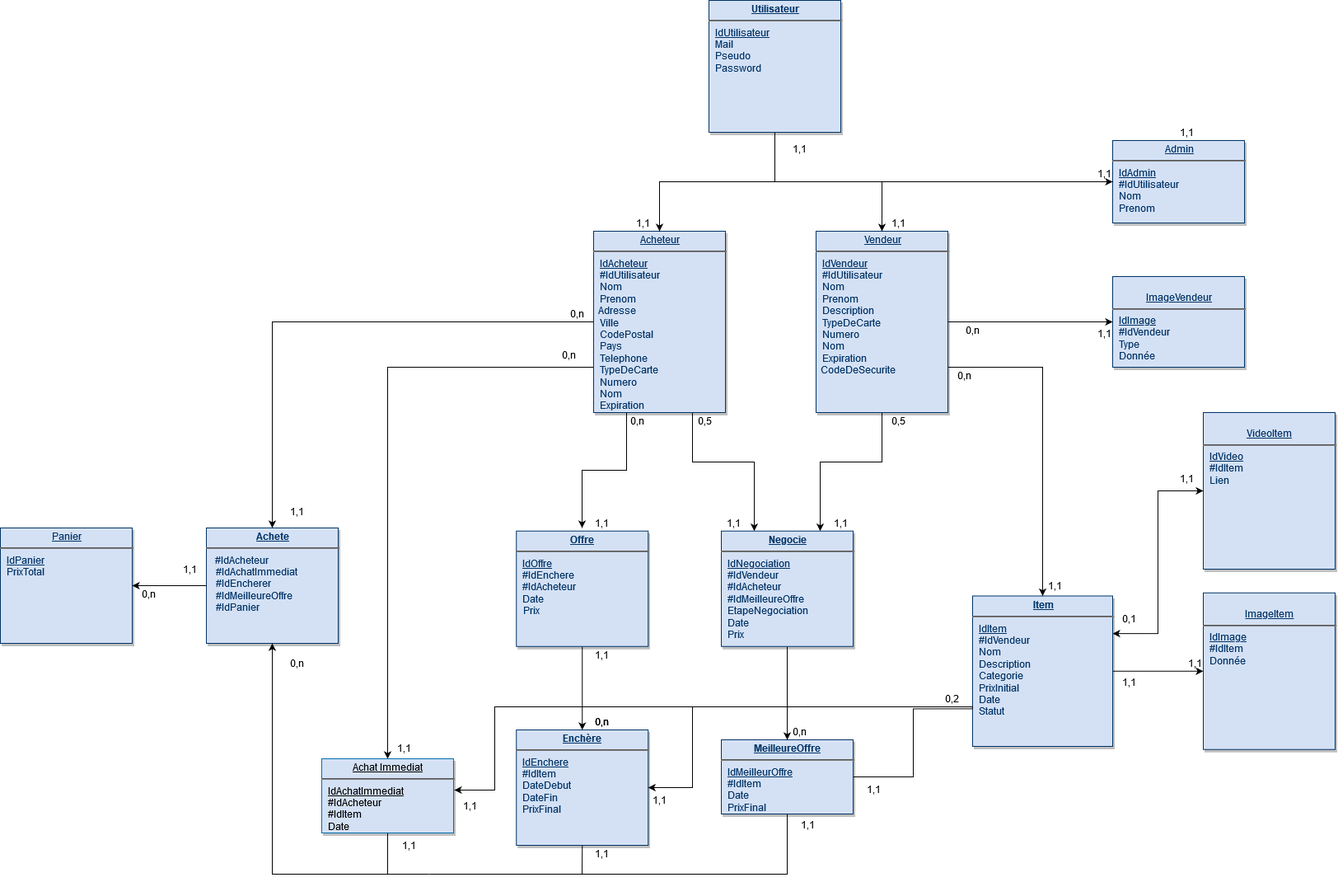
Earlier version of the draw.io export Schema-Relationnel.png (VivienECE/piscine_2020). Source tidied: cells renumbered, new cells last; positions are measured from the earlier drawing's top-left corner, leaving out a move shared by most shapes.
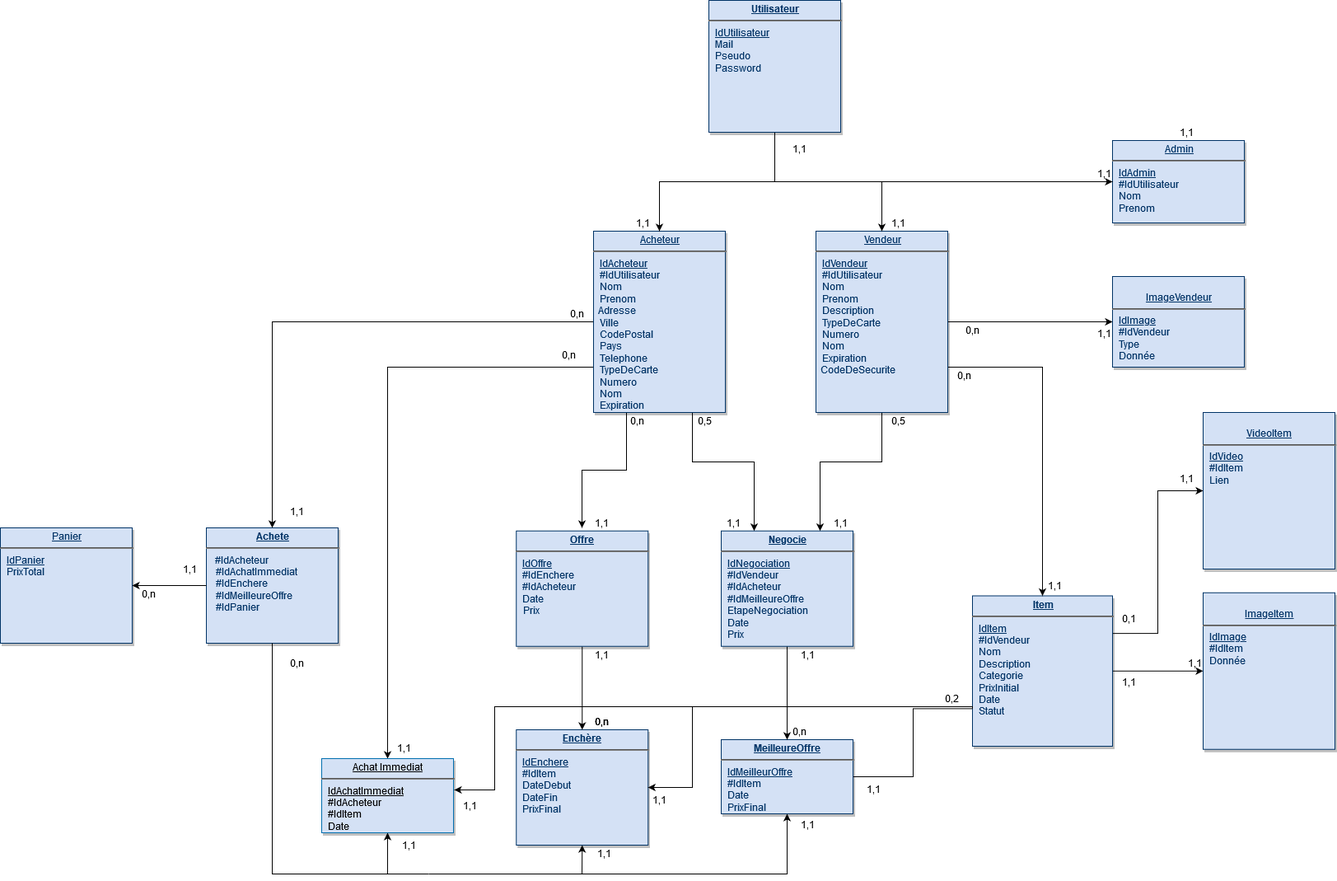
After the change.

Change to the diagram source:
```diff
@@ -13,7 +13,7 @@
         </Array>
       </mxGeometry>
     </mxCell>
-    <mxCell id="4" style="edgeStyle=orthogonalEdgeStyle;rounded=0;jettySize=auto;html=1;exitX=1;exitY=0.25;exitDx=0;exitDy=0;startArrow=classic;startFill=1;endArrow=classic;endFill=1;entryX=0;entryY=0.5;entryDx=0;entryDy=0;" parent="1" edge="1" source="5" target="73">
+    <mxCell id="4" style="edgeStyle=orthogonalEdgeStyle;rounded=0;jettySize=auto;html=1;exitX=1;exitY=0.25;exitDx=0;exitDy=0;startArrow=none;startFill=0;endArrow=classic;endFill=1;entryX=0;entryY=0.5;entryDx=0;entryDy=0;" parent="1" edge="1" source="5" target="73">
       <mxGeometry relative="1" as="geometry" />
     </mxCell>
     <mxCell id="5" value="&lt;p style=&quot;margin: 0px ; margin-top: 4px ; text-align: center ; text-decoration: underline&quot;&gt;&lt;strong&gt;Item&lt;/strong&gt;&lt;/p&gt;&lt;hr&gt;&lt;u&gt;&lt;/u&gt;&lt;p style=&quot;margin: 0px ; margin-left: 8px&quot;&gt;&lt;u&gt;IdItem&lt;/u&gt;&lt;/p&gt;&lt;p style=&quot;margin: 0px ; margin-left: 8px&quot;&gt;#IdVendeur&lt;br&gt;&lt;u&gt;&lt;/u&gt;&lt;/p&gt;&lt;p style=&quot;margin: 0px ; margin-left: 8px&quot;&gt;Nom&lt;/p&gt;&lt;p style=&quot;margin: 0px ; margin-left: 8px&quot;&gt;Description&lt;/p&gt;&lt;p style=&quot;margin: 0px ; margin-left: 8px&quot;&gt;Categorie&lt;br&gt;&lt;/p&gt;&lt;p style=&quot;margin: 0px ; margin-left: 8px&quot;&gt;PrixInitial&lt;/p&gt;&lt;p style=&quot;margin: 0px ; margin-left: 8px&quot;&gt;Date&lt;/p&gt;&lt;p style=&quot;margin: 0px ; margin-left: 8px&quot;&gt;Statut&lt;br&gt;&lt;/p&gt;" style="verticalAlign=top;align=left;overflow=fill;fontSize=12;fontFamily=Helvetica;html=1;strokeColor=#003366;shadow=1;fillColor=#D4E1F5;fontColor=#003366;" parent="1" vertex="1">
@@ -58,7 +58,7 @@
     <mxCell id="14" value="&lt;p style=&quot;margin: 0px ; margin-top: 4px ; text-align: center ; text-decoration: underline&quot;&gt;Vendeur&lt;/p&gt;&lt;hr&gt;&lt;p style=&quot;margin: 0px ; margin-left: 8px&quot;&gt;&lt;u&gt;IdVendeur&lt;/u&gt;&lt;/p&gt;&lt;p style=&quot;margin: 0px ; margin-left: 8px&quot;&gt;#IdUtilisateur&lt;br&gt;&lt;/p&gt;&lt;p style=&quot;margin: 0px ; margin-left: 8px&quot;&gt;Nom&lt;/p&gt;&lt;p style=&quot;margin: 0px ; margin-left: 8px&quot;&gt;Prenom&lt;br&gt;&lt;/p&gt;&lt;p style=&quot;margin: 0px ; margin-left: 8px&quot;&gt;Description&lt;/p&gt;&lt;p style=&quot;margin: 0px ; margin-left: 8px&quot;&gt;TypeDeCarte&lt;/p&gt;&lt;p style=&quot;margin: 0px ; margin-left: 8px&quot;&gt;Numero&lt;/p&gt;&lt;p style=&quot;margin: 0px ; margin-left: 8px&quot;&gt;Nom&lt;/p&gt;&lt;p style=&quot;margin: 0px ; margin-left: 8px&quot;&gt;Expiration&lt;/p&gt;&amp;nbsp; CodeDeSecurite&lt;p style=&quot;margin: 0px ; margin-left: 8px&quot;&gt;&lt;br&gt;&lt;/p&gt;" style="verticalAlign=top;align=left;overflow=fill;fontSize=12;fontFamily=Helvetica;html=1;strokeColor=#003366;shadow=1;fillColor=#D4E1F5;fontColor=#003366;" parent="1" vertex="1">
       <mxGeometry x="990" y="280" width="160" height="220" as="geometry" />
     </mxCell>
-    <mxCell id="15" style="edgeStyle=orthogonalEdgeStyle;rounded=0;jettySize=auto;html=1;exitX=0.5;exitY=1;exitDx=0;exitDy=0;fontColor=#000000;verticalAlign=middle;endArrow=none;endFill=0;" parent="1" edge="1" source="16">
+    <mxCell id="15" style="edgeStyle=orthogonalEdgeStyle;rounded=0;jettySize=auto;html=1;exitX=0.5;exitY=1;exitDx=0;exitDy=0;fontColor=#000000;verticalAlign=middle;endArrow=none;endFill=0;startArrow=classic;startFill=1;" parent="1" edge="1" source="16">
       <mxGeometry relative="1" as="geometry">
         <mxPoint x="706" y="1060" as="targetPoint" />
       </mxGeometry>
@@ -84,10 +84,10 @@
     <mxCell id="22" value="&lt;br&gt;&lt;p style=&quot;margin: 0px ; margin-top: 4px ; text-align: center ; text-decoration: underline&quot;&gt;ImageItem&lt;br&gt;&lt;/p&gt;&lt;hr&gt;&lt;p style=&quot;margin: 0px ; margin-left: 8px&quot;&gt;&lt;u&gt;IdImage&lt;/u&gt;&lt;/p&gt;&lt;p style=&quot;margin: 0px ; margin-left: 8px&quot;&gt;#IdItem&lt;u&gt;&lt;br&gt;&lt;/u&gt;&lt;/p&gt;&lt;p style=&quot;margin: 0px ; margin-left: 8px&quot;&gt;Donnée&lt;br&gt;&lt;/p&gt;" style="verticalAlign=top;align=left;overflow=fill;fontSize=12;fontFamily=Helvetica;html=1;strokeColor=#003366;shadow=1;fillColor=#D4E1F5;fontColor=#003366;" parent="1" vertex="1">
       <mxGeometry x="1460" y="718.8" width="160" height="190" as="geometry" />
     </mxCell>
-    <mxCell id="23" value="&lt;p style=&quot;margin: 0px ; margin-top: 4px ; text-align: center ; text-decoration: underline&quot;&gt;&lt;strong&gt;Achete&lt;/strong&gt;&lt;/p&gt;&lt;hr&gt;&lt;p style=&quot;margin: 0px ; margin-left: 8px&quot;&gt;&amp;nbsp;#IdAcheteur&lt;br&gt;&lt;/p&gt;&lt;div&gt;&amp;nbsp;&amp;nbsp;&amp;nbsp; #IdAchatImmediat&lt;/div&gt;&lt;div&gt;&amp;nbsp; &amp;nbsp; #IdEncherer&lt;/div&gt;&lt;div&gt;&amp;nbsp;&amp;nbsp;&amp;nbsp; #IdMeilleureOffre&lt;/div&gt;&lt;div&gt;&amp;nbsp;&amp;nbsp;&amp;nbsp; #IdPanier&lt;br&gt;&lt;/div&gt;&lt;p style=&quot;margin: 0px ; margin-left: 8px&quot;&gt;&lt;u&gt;&lt;br&gt;&lt;/u&gt;&lt;/p&gt;&lt;p style=&quot;margin: 0px ; margin-left: 8px&quot;&gt;&lt;u&gt;&lt;br&gt;&lt;/u&gt;&lt;/p&gt;&lt;p style=&quot;margin: 0px ; margin-left: 8px&quot;&gt;&lt;br&gt;&lt;/p&gt;&lt;p style=&quot;margin: 0px ; margin-left: 8px&quot;&gt;&lt;u&gt;&lt;br&gt;&lt;/u&gt;&lt;/p&gt;&lt;p style=&quot;margin: 0px ; margin-left: 8px&quot;&gt;&lt;u&gt;&lt;br&gt;&lt;/u&gt;&lt;/p&gt;&lt;p style=&quot;margin: 0px ; margin-left: 8px&quot;&gt;&lt;br&gt;&lt;/p&gt;" style="verticalAlign=top;align=left;overflow=fill;fontSize=12;fontFamily=Helvetica;html=1;strokeColor=#003366;shadow=1;fillColor=#D4E1F5;fontColor=#003366;" parent="1" vertex="1">
+    <mxCell id="23" value="&lt;p style=&quot;margin: 0px ; margin-top: 4px ; text-align: center ; text-decoration: underline&quot;&gt;&lt;strong&gt;Achete&lt;/strong&gt;&lt;/p&gt;&lt;hr&gt;&lt;p style=&quot;margin: 0px ; margin-left: 8px&quot;&gt;&amp;nbsp;#IdAcheteur&lt;br&gt;&lt;/p&gt;&lt;div&gt;&amp;nbsp;&amp;nbsp;&amp;nbsp; #IdAchatImmediat&lt;/div&gt;&lt;div&gt;&amp;nbsp; &amp;nbsp; #IdEnchere&lt;/div&gt;&lt;div&gt;&amp;nbsp;&amp;nbsp;&amp;nbsp; #IdMeilleureOffre&lt;/div&gt;&lt;div&gt;&amp;nbsp;&amp;nbsp;&amp;nbsp; #IdPanier&lt;br&gt;&lt;/div&gt;&lt;p style=&quot;margin: 0px ; margin-left: 8px&quot;&gt;&lt;u&gt;&lt;br&gt;&lt;/u&gt;&lt;/p&gt;&lt;p style=&quot;margin: 0px ; margin-left: 8px&quot;&gt;&lt;u&gt;&lt;br&gt;&lt;/u&gt;&lt;/p&gt;&lt;p style=&quot;margin: 0px ; margin-left: 8px&quot;&gt;&lt;br&gt;&lt;/p&gt;&lt;p style=&quot;margin: 0px ; margin-left: 8px&quot;&gt;&lt;u&gt;&lt;br&gt;&lt;/u&gt;&lt;/p&gt;&lt;p style=&quot;margin: 0px ; margin-left: 8px&quot;&gt;&lt;u&gt;&lt;br&gt;&lt;/u&gt;&lt;/p&gt;&lt;p style=&quot;margin: 0px ; margin-left: 8px&quot;&gt;&lt;br&gt;&lt;/p&gt;" style="verticalAlign=top;align=left;overflow=fill;fontSize=12;fontFamily=Helvetica;html=1;strokeColor=#003366;shadow=1;fillColor=#D4E1F5;fontColor=#003366;" parent="1" vertex="1">
       <mxGeometry x="250" y="640" width="160" height="140" as="geometry" />
     </mxCell>
-    <mxCell id="24" style="edgeStyle=orthogonalEdgeStyle;rounded=0;jettySize=auto;html=1;exitX=0.5;exitY=1;exitDx=0;exitDy=0;endArrow=none;endFill=0;" parent="1" edge="1" source="25">
+    <mxCell id="24" style="edgeStyle=orthogonalEdgeStyle;rounded=0;jettySize=auto;html=1;exitX=0.5;exitY=1;exitDx=0;exitDy=0;endArrow=none;endFill=0;startArrow=classic;startFill=1;" parent="1" edge="1" source="25">
       <mxGeometry relative="1" as="geometry">
         <mxPoint x="520" y="1060" as="targetPoint" />
         <Array as="points">
@@ -98,7 +98,7 @@
     <mxCell id="25" value="&lt;p style=&quot;margin: 0px ; margin-top: 4px ; text-align: center ; text-decoration: underline&quot;&gt;&lt;strong&gt;MeilleureOffre&lt;br&gt;&lt;/strong&gt;&lt;/p&gt;&lt;hr&gt;&lt;p style=&quot;margin: 0px ; margin-left: 8px&quot;&gt;&lt;u&gt;IdMeilleurOffre&lt;/u&gt;&lt;/p&gt;&lt;p style=&quot;margin: 0px ; margin-left: 8px&quot;&gt;#IdItem&lt;br&gt;&lt;u&gt;&lt;/u&gt;&lt;/p&gt;&lt;p style=&quot;margin: 0px ; margin-left: 8px&quot;&gt;Date&lt;br&gt;&lt;/p&gt;&lt;p style=&quot;margin: 0px ; margin-left: 8px&quot;&gt;PrixFinal&lt;br&gt;&lt;/p&gt;" style="verticalAlign=top;align=left;overflow=fill;fontSize=12;fontFamily=Helvetica;html=1;strokeColor=#003366;shadow=1;fillColor=#D4E1F5;fontColor=#003366;" parent="1" vertex="1">
       <mxGeometry x="875" y="897" width="160" height="90" as="geometry" />
     </mxCell>
-    <mxCell id="26" style="edgeStyle=orthogonalEdgeStyle;rounded=0;jettySize=auto;html=1;exitX=0.5;exitY=1;exitDx=0;exitDy=0;endArrow=none;endFill=0;" parent="1" edge="1" source="27">
+    <mxCell id="26" style="edgeStyle=orthogonalEdgeStyle;rounded=0;jettySize=auto;html=1;exitX=0.5;exitY=1;exitDx=0;exitDy=0;endArrow=none;endFill=0;startArrow=classic;startFill=1;" parent="1" edge="1" source="27">
       <mxGeometry relative="1" as="geometry">
         <mxPoint x="470" y="1060" as="targetPoint" />
       </mxGeometry>
@@ -109,7 +109,7 @@
     <mxCell id="28" value="&lt;br&gt;&lt;p style=&quot;margin: 0px ; margin-top: 4px ; text-align: center ; text-decoration: underline&quot;&gt;ImageVendeur&lt;br&gt;&lt;/p&gt;&lt;hr&gt;&lt;p style=&quot;margin: 0px ; margin-left: 8px&quot;&gt;&lt;u&gt;IdImage&lt;/u&gt;&lt;/p&gt;&lt;p style=&quot;margin: 0px ; margin-left: 8px&quot;&gt;#IdVendeur&lt;br&gt;&lt;/p&gt;&lt;p style=&quot;margin: 0px ; margin-left: 8px&quot;&gt;Type&lt;u&gt;&lt;br&gt;&lt;/u&gt;&lt;/p&gt;&lt;p style=&quot;margin: 0px ; margin-left: 8px&quot;&gt;Donnée&lt;br&gt;&lt;/p&gt;" style="verticalAlign=top;align=left;overflow=fill;fontSize=12;fontFamily=Helvetica;html=1;strokeColor=#003366;shadow=1;fillColor=#D4E1F5;fontColor=#003366;" parent="1" vertex="1">
       <mxGeometry x="1350" y="335" width="160" height="110" as="geometry" />
     </mxCell>
-    <mxCell id="29" style="edgeStyle=orthogonalEdgeStyle;rounded=0;jettySize=auto;html=1;entryX=0.5;entryY=1;entryDx=0;entryDy=0;endArrow=classic;endFill=1;fontColor=#000000;" parent="1" edge="1" target="23">
+    <mxCell id="29" style="edgeStyle=orthogonalEdgeStyle;rounded=0;jettySize=auto;html=1;entryX=0.5;entryY=1;entryDx=0;entryDy=0;endArrow=none;endFill=0;fontColor=#000000;startArrow=none;startFill=0;" parent="1" edge="1" target="23">
       <mxGeometry relative="1" as="geometry">
         <mxPoint x="520" y="1060" as="sourcePoint" />
       </mxGeometry>
@@ -210,7 +210,7 @@
       <mxGeometry x="476" y="1015" width="40" height="20" as="geometry" />
     </mxCell>
     <mxCell id="57" value="1,1" style="text;html=1;strokeColor=none;fillColor=none;align=center;verticalAlign=middle;whiteSpace=wrap;rounded=0;fontColor=#000000;" parent="1" vertex="1">
-      <mxGeometry x="710" y="1025" width="40" height="20" as="geometry" />
+      <mxGeometry x="712.5" y="1025" width="40" height="20" as="geometry" />
     </mxCell>
     <mxCell id="58" value="1,1" style="text;html=1;strokeColor=none;fillColor=none;align=center;verticalAlign=middle;whiteSpace=wrap;rounded=0;fontColor=#000000;" parent="1" vertex="1">
       <mxGeometry x="960" y="990" width="40" height="20" as="geometry" />
@@ -269,5 +269,8 @@
     <mxCell id="76" value="1,1" style="text;html=1;strokeColor=none;fillColor=none;align=center;verticalAlign=middle;whiteSpace=wrap;rounded=0;fontColor=#000000;" parent="1" vertex="1">
       <mxGeometry x="1320" y="200" width="40" height="20" as="geometry" />
     </mxCell>
+    <mxCell id="77" value="1,1" style="text;html=1;strokeColor=none;fillColor=none;align=center;verticalAlign=middle;whiteSpace=wrap;rounded=0;fontColor=#000000;" parent="1" vertex="1">
+      <mxGeometry x="960" y="783.8" width="40" height="20" as="geometry" />
+    </mxCell>
   </root>
 </mxGraphModel>
```
